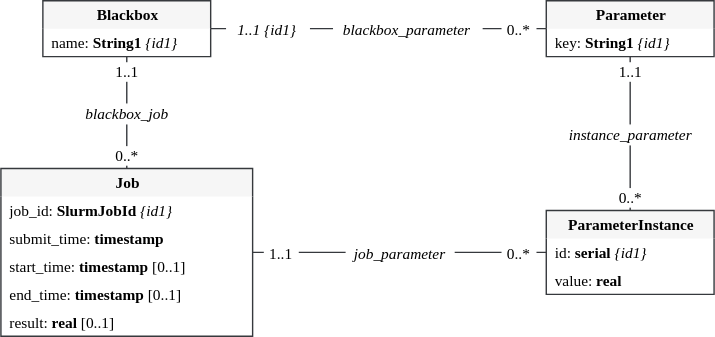
Above: docs/docs-openbox-jobs-restructuration.svg in CuriousCI/biological-evaluation (draw.io), before the change. Source tidied: cells renumbered, new cells last; positions are measured from the earlier drawing's top-left corner, leaving out a move shared by most shapes.
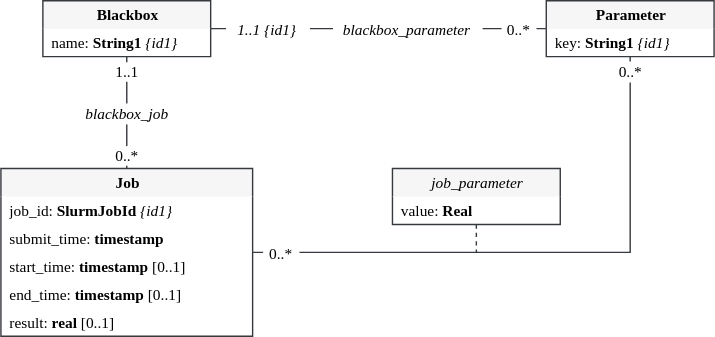
The same diagram one commit later.

Diff of the diagram source:
```diff
@@ -2,92 +2,84 @@
   <root>
     <mxCell id="0" />
     <mxCell id="1" parent="0" />
-    <mxCell id="2" style="endArrow=none;html=1;rounded=0;flowAnimation=0;shadow=0;anchorPointDirection=1;curved=0;fillOpacity=50;fillColor=#eeeeee;strokeColor=#36393d;fontFamily=lmmonolt10;entryX=0;entryY=0.5;entryDx=0;entryDy=0;fontSize=11;exitX=1;exitY=0;exitDx=0;exitDy=0;exitPerimeter=0;" parent="1" edge="1" source="28" target="18">
+    <mxCell id="2" style="endArrow=none;html=1;rounded=0;flowAnimation=0;shadow=0;anchorPointDirection=1;curved=0;fillOpacity=50;fillColor=#eeeeee;strokeColor=#36393d;fontFamily=lmmonolt10;entryX=0.5;entryY=0;entryDx=0;entryDy=0;fontSize=11;exitX=0.5;exitY=1;exitDx=0;exitDy=0;" parent="1" edge="1" source="12" target="14">
       <mxGeometry relative="1" as="geometry" />
     </mxCell>
     <mxCell id="3" value="1..1" style="text;align=center;verticalAlign=middle;strokeColor=none;fillColor=none;fontFamily=lmmonolt10;fontSize=11;spacing=0;fillOpacity=50;labelBackgroundColor=default;labelBorderColor=none;" parent="1" vertex="1">
-      <mxGeometry x="180" y="170" width="40" height="20" as="geometry" />
+      <mxGeometry x="40" y="40" width="40" height="20" as="geometry" />
     </mxCell>
     <mxCell id="4" value="0..*" style="text;align=center;verticalAlign=middle;strokeColor=none;fillColor=none;fontFamily=lmmonolt10;fontSize=11;spacing=0;fillOpacity=50;labelBackgroundColor=default;labelBorderColor=none;shadow=1;" parent="1" vertex="1">
-      <mxGeometry x="350" y="170" width="40" height="20" as="geometry" />
+      <mxGeometry x="40" y="100" width="40" height="20" as="geometry" />
     </mxCell>
-    <mxCell id="5" value="job_parameter" style="text;align=center;verticalAlign=middle;strokeColor=none;fillColor=none;fontFamily=lmmonolt10;fontSize=11;fontStyle=2;labelBackgroundColor=default;spacing=0;fillOpacity=50;strokeWidth=0;labelBorderColor=light-dark(#ffffff, #ededed);" parent="1" vertex="1">
-      <mxGeometry x="240" y="170" width="90" height="20" as="geometry" />
+    <mxCell id="5" value="blackbox_job" style="text;align=center;verticalAlign=middle;strokeColor=none;fillColor=none;fontFamily=lmmonolt10;fontSize=11;fontStyle=2;labelBackgroundColor=default;spacing=0;fillOpacity=50;strokeWidth=0;labelBorderColor=light-dark(#ffffff, #ededed);" parent="1" vertex="1">
+      <mxGeometry x="15" y="70" width="90" height="20" as="geometry" />
     </mxCell>
-    <mxCell id="6" style="endArrow=none;html=1;rounded=0;flowAnimation=0;shadow=0;anchorPointDirection=1;curved=0;fillOpacity=50;fillColor=#eeeeee;strokeColor=#36393d;fontFamily=lmmonolt10;entryX=0.5;entryY=0;entryDx=0;entryDy=0;fontSize=11;exitX=0.5;exitY=1;exitDx=0;exitDy=0;" parent="1" edge="1" source="23" target="25">
+    <mxCell id="6" style="endArrow=none;html=1;rounded=0;flowAnimation=0;shadow=0;anchorPointDirection=1;curved=0;fillOpacity=50;fillColor=#eeeeee;strokeColor=#36393d;fontFamily=lmmonolt10;entryX=0;entryY=0;entryDx=0;entryDy=0;fontSize=11;entryPerimeter=0;exitX=1;exitY=0.5;exitDx=0;exitDy=0;" parent="1" edge="1" source="12" target="11">
       <mxGeometry relative="1" as="geometry" />
     </mxCell>
-    <mxCell id="7" value="1..1" style="text;align=center;verticalAlign=middle;strokeColor=none;fillColor=none;fontFamily=lmmonolt10;fontSize=11;spacing=0;fillOpacity=50;labelBackgroundColor=default;labelBorderColor=none;" parent="1" vertex="1">
-      <mxGeometry x="70" y="40" width="40" height="20" as="geometry" />
+    <mxCell id="7" value="1..1 {id1}" style="text;align=center;verticalAlign=middle;strokeColor=none;fillColor=none;fontFamily=lmmonolt10;fontSize=11;spacing=0;fillOpacity=50;labelBackgroundColor=default;labelBorderColor=none;fontStyle=2;" parent="1" vertex="1">
+      <mxGeometry x="120" y="10" width="80" height="20" as="geometry" />
     </mxCell>
     <mxCell id="8" value="0..*" style="text;align=center;verticalAlign=middle;strokeColor=none;fillColor=none;fontFamily=lmmonolt10;fontSize=11;spacing=0;fillOpacity=50;labelBackgroundColor=default;labelBorderColor=none;shadow=1;" parent="1" vertex="1">
-      <mxGeometry x="70" y="100" width="40" height="20" as="geometry" />
+      <mxGeometry x="320" y="10" width="40" height="20" as="geometry" />
     </mxCell>
-    <mxCell id="9" value="blackbox_job" style="text;align=center;verticalAlign=middle;strokeColor=none;fillColor=none;fontFamily=lmmonolt10;fontSize=11;fontStyle=2;labelBackgroundColor=default;spacing=0;fillOpacity=50;strokeWidth=0;labelBorderColor=light-dark(#ffffff, #ededed);" parent="1" vertex="1">
-      <mxGeometry x="45" y="70" width="90" height="20" as="geometry" />
+    <mxCell id="9" value="blackbox_parameter" style="text;align=center;verticalAlign=middle;strokeColor=none;fillColor=none;fontFamily=lmmonolt10;fontSize=11;fontStyle=2;labelBackgroundColor=default;spacing=0;fillOpacity=50;strokeWidth=0;labelBorderColor=light-dark(#ffffff, #ededed);" parent="1" vertex="1">
+      <mxGeometry x="200" y="10" width="120" height="20" as="geometry" />
     </mxCell>
-    <mxCell id="10" style="endArrow=none;html=1;rounded=0;flowAnimation=0;shadow=0;anchorPointDirection=1;curved=0;fillOpacity=50;fillColor=#eeeeee;strokeColor=#36393d;fontFamily=lmmonolt10;entryX=0;entryY=0;entryDx=0;entryDy=0;fontSize=11;entryPerimeter=0;exitX=1;exitY=0.5;exitDx=0;exitDy=0;" parent="1" edge="1" source="23" target="22">
-      <mxGeometry relative="1" as="geometry" />
+    <mxCell id="10" value="Parameter" style="swimlane;fontStyle=1;align=center;verticalAlign=middle;horizontal=1;startSize=20;rounded=0;shadow=0;strokeWidth=1;fontFamily=lmmonolt10;fontSize=11;swimlaneLine=0;fillColor=#eeeeee;glass=0;html=1;noLabel=0;fixDash=0;fillOpacity=50;strokeColor=#36393d;" parent="1" vertex="1">
+      <mxGeometry x="360" width="120" height="40" as="geometry" />
     </mxCell>
-    <mxCell id="11" value="1..1 {id1}" style="text;align=center;verticalAlign=middle;points=[];strokeColor=none;fillColor=none;fontFamily=lmmonolt10;fontSize=11;spacing=0;fillOpacity=50;labelBackgroundColor=default;labelBorderColor=none;fontStyle=2;" parent="1" vertex="1">
-      <mxGeometry x="150" y="10" width="80" height="20" as="geometry" />
+    <mxCell id="11" value="key: &lt;b&gt;String1&amp;nbsp;&lt;/b&gt;&lt;i&gt;{id1}&lt;/i&gt;" style="text;align=left;verticalAlign=middle;spacingLeft=4;spacingRight=4;overflow=hidden;points=[[0,0.5],[1,0.5]];portConstraint=eastwest;fontFamily=lmmonolt10;fontStyle=0;fontSize=11;html=1;glass=0;fillOpacity=50;" parent="10" vertex="1">
+      <mxGeometry y="20" width="120" height="20" as="geometry" />
     </mxCell>
-    <mxCell id="12" value="0..*" style="text;align=center;verticalAlign=middle;points=[];strokeColor=none;fillColor=none;fontFamily=lmmonolt10;fontSize=11;spacing=0;fillOpacity=50;labelBackgroundColor=default;labelBorderColor=none;shadow=1;" parent="1" vertex="1">
-      <mxGeometry x="350" y="10" width="40" height="20" as="geometry" />
+    <mxCell id="12" value="Blackbox" style="swimlane;fontStyle=1;align=center;verticalAlign=middle;horizontal=1;startSize=20;rounded=0;shadow=0;strokeWidth=1;fontFamily=lmmonolt10;fontSize=11;swimlaneLine=0;fillColor=#eeeeee;glass=0;html=1;noLabel=0;snapToPoint=0;fixDash=0;fillOpacity=50;strokeColor=#36393d;" parent="1" vertex="1">
+      <mxGeometry width="120" height="40" as="geometry" />
     </mxCell>
-    <mxCell id="13" value="blackbox_parameter" style="text;align=center;verticalAlign=middle;strokeColor=none;fillColor=none;fontFamily=lmmonolt10;fontSize=11;fontStyle=2;labelBackgroundColor=default;spacing=0;fillOpacity=50;strokeWidth=0;labelBorderColor=light-dark(#ffffff, #ededed);" parent="1" vertex="1">
-      <mxGeometry x="230" y="10" width="120" height="20" as="geometry" />
+    <mxCell id="13" value="name: &lt;b&gt;String1&amp;nbsp;&lt;/b&gt;&lt;i&gt;{id1}&lt;/i&gt;" style="text;align=left;verticalAlign=middle;spacingLeft=4;spacingRight=4;overflow=hidden;fontFamily=lmmonolt10;fontStyle=0;fontSize=11;html=1;glass=0;fillOpacity=50;" parent="12" vertex="1">
+      <mxGeometry y="20" width="120" height="20" as="geometry" />
     </mxCell>
-    <mxCell id="14" style="endArrow=none;html=1;rounded=0;flowAnimation=0;shadow=0;anchorPointDirection=1;curved=0;fillOpacity=50;fillColor=#eeeeee;strokeColor=#36393d;fontFamily=lmmonolt10;entryX=0.5;entryY=0;entryDx=0;entryDy=0;fontSize=11;exitX=0.5;exitY=1;exitDx=0;exitDy=0;exitPerimeter=0;" parent="1" edge="1" source="22" target="18">
-      <mxGeometry relative="1" as="geometry" />
+    <mxCell id="14" value="Job" style="swimlane;fontStyle=1;align=center;verticalAlign=middle;horizontal=1;startSize=20;rounded=0;shadow=0;strokeWidth=1;fontFamily=lmmonolt10;fontSize=11;swimlaneLine=0;fillColor=#eeeeee;glass=0;html=1;noLabel=0;snapToPoint=0;fixDash=0;fillOpacity=50;strokeColor=#36393d;" parent="1" vertex="1">
+      <mxGeometry x="-30" y="120" width="180" height="120" as="geometry" />
     </mxCell>
-    <mxCell id="15" value="1..1" style="text;align=center;verticalAlign=middle;strokeColor=none;fillColor=none;fontFamily=lmmonolt10;fontSize=11;spacing=0;fillOpacity=50;labelBackgroundColor=default;labelBorderColor=none;" parent="1" vertex="1">
-      <mxGeometry x="430" y="40" width="40" height="20" as="geometry" />
+    <mxCell id="15" value="job_id: &lt;b&gt;SlurmJobId&amp;nbsp;&lt;/b&gt;&lt;i&gt;{id1}&lt;/i&gt;" style="text;align=left;verticalAlign=middle;spacingLeft=4;spacingRight=4;overflow=hidden;fontFamily=lmmonolt10;fontStyle=0;fontSize=11;html=1;glass=0;fillOpacity=50;" parent="14" vertex="1">
+      <mxGeometry y="20" width="180" height="20" as="geometry" />
     </mxCell>
-    <mxCell id="16" value="0..*" style="text;align=center;verticalAlign=middle;strokeColor=none;fillColor=none;fontFamily=lmmonolt10;fontSize=11;spacing=0;fillOpacity=50;labelBackgroundColor=default;labelBorderColor=none;shadow=1;" parent="1" vertex="1">
-      <mxGeometry x="430" y="130" width="40" height="20" as="geometry" />
+    <mxCell id="16" value="submit_time: &lt;b&gt;timestamp&lt;/b&gt;" style="text;align=left;verticalAlign=middle;spacingLeft=4;spacingRight=4;overflow=hidden;fontFamily=lmmonolt10;fontStyle=0;fontSize=11;html=1;glass=0;fillOpacity=50;" parent="14" vertex="1">
+      <mxGeometry y="40" width="180" height="20" as="geometry" />
     </mxCell>
-    <mxCell id="17" value="instance_parameter" style="text;align=center;verticalAlign=middle;strokeColor=none;fillColor=none;fontFamily=lmmonolt10;fontSize=11;fontStyle=2;labelBackgroundColor=default;spacing=0;fillOpacity=50;strokeWidth=0;labelBorderColor=light-dark(#ffffff, #ededed);" parent="1" vertex="1">
-      <mxGeometry x="390" y="85" width="120" height="20" as="geometry" />
+    <mxCell id="17" value="start_time: &lt;b&gt;timestamp&amp;nbsp;&lt;/b&gt;[0..1]" style="text;align=left;verticalAlign=middle;spacingLeft=4;spacingRight=4;overflow=hidden;fontFamily=lmmonolt10;fontStyle=0;fontSize=11;html=1;glass=0;fillOpacity=50;" parent="14" vertex="1">
+      <mxGeometry y="60" width="180" height="20" as="geometry" />
     </mxCell>
-    <mxCell id="18" value="ParameterInstance" style="swimlane;fontStyle=1;align=center;verticalAlign=middle;horizontal=1;startSize=20;rounded=0;shadow=0;strokeWidth=1;fontFamily=lmmonolt10;fontSize=11;swimlaneLine=0;fillColor=#eeeeee;glass=0;html=1;noLabel=0;snapToPoint=0;fixDash=0;fillOpacity=50;strokeColor=#36393d;" parent="1" vertex="1">
-      <mxGeometry x="390" y="150" width="120" height="60" as="geometry" />
+    <mxCell id="18" value="end_time: &lt;b&gt;timestamp&amp;nbsp;&lt;/b&gt;[0..1]" style="text;align=left;verticalAlign=middle;spacingLeft=4;spacingRight=4;overflow=hidden;points=[[0,0.5],[1,0.5]];portConstraint=eastwest;fontFamily=lmmonolt10;fontStyle=0;fontSize=11;html=1;glass=0;fillOpacity=50;" parent="14" vertex="1">
+      <mxGeometry y="80" width="180" height="20" as="geometry" />
     </mxCell>
-    <mxCell id="19" value="id: &lt;b&gt;serial&amp;nbsp;&lt;/b&gt;&lt;i&gt;{id1}&lt;/i&gt;" style="text;align=left;verticalAlign=middle;spacingLeft=4;spacingRight=4;overflow=hidden;fontFamily=lmmonolt10;fontStyle=0;fontSize=11;html=1;glass=0;fillOpacity=50;" parent="18" vertex="1">
-      <mxGeometry y="20" width="120" height="20" as="geometry" />
+    <mxCell id="19" value="result: &lt;b&gt;real &lt;/b&gt;[0..1]" style="text;align=left;verticalAlign=middle;spacingLeft=4;spacingRight=4;overflow=hidden;fontFamily=lmmonolt10;fontStyle=0;fontSize=11;html=1;glass=0;fillOpacity=50;" parent="14" vertex="1">
+      <mxGeometry y="100" width="180" height="20" as="geometry" />
     </mxCell>
-    <mxCell id="20" value="value: &lt;b&gt;real&lt;/b&gt;" style="text;align=left;verticalAlign=middle;spacingLeft=4;spacingRight=4;overflow=hidden;fontFamily=lmmonolt10;fontStyle=0;fontSize=11;html=1;glass=0;fillOpacity=50;" parent="18" vertex="1">
-      <mxGeometry y="40" width="120" height="20" as="geometry" />
+    <mxCell id="20" value="job_parameter" style="swimlane;fontStyle=2;align=center;verticalAlign=middle;horizontal=1;startSize=20;rounded=0;shadow=0;strokeWidth=1;fontFamily=lmmonolt10;fontSize=11;swimlaneLine=0;fillColor=#eeeeee;glass=0;html=1;noLabel=0;fixDash=0;fillOpacity=50;strokeColor=#36393d;" parent="1" vertex="1">
+      <mxGeometry x="250" y="120" width="120" height="40" as="geometry" />
     </mxCell>
-    <mxCell id="21" value="Parameter" style="swimlane;fontStyle=1;align=center;verticalAlign=middle;horizontal=1;startSize=20;rounded=0;shadow=0;strokeWidth=1;fontFamily=lmmonolt10;fontSize=11;swimlaneLine=0;fillColor=#eeeeee;glass=0;html=1;noLabel=0;snapToPoint=0;fixDash=0;fillOpacity=50;strokeColor=#36393d;" parent="1" vertex="1">
-      <mxGeometry x="390" width="120" height="40" as="geometry" />
+    <mxCell id="21" value="value: &lt;b&gt;Real&lt;/b&gt;" style="text;align=left;verticalAlign=middle;spacingLeft=4;spacingRight=4;overflow=hidden;points=[[0,0.5],[1,0.5]];portConstraint=eastwest;fontFamily=lmmonolt10;fontStyle=0;fontSize=11;html=1;glass=0;fillOpacity=50;" parent="20" vertex="1">
+      <mxGeometry y="20" width="120" height="20" as="geometry" />
     </mxCell>
-    <mxCell id="22" value="key: &lt;b&gt;String1&amp;nbsp;&lt;/b&gt;&lt;i&gt;{id1}&lt;/i&gt;" style="text;align=left;verticalAlign=middle;spacingLeft=4;spacingRight=4;overflow=hidden;points=[[0,0.5],[1,0.5]];portConstraint=eastwest;fontFamily=lmmonolt10;fontStyle=0;fontSize=11;html=1;glass=0;fillOpacity=50;" parent="21" vertex="1">
-      <mxGeometry y="20" width="120" height="20" as="geometry" />
+    <mxCell id="22" style="endArrow=none;html=1;rounded=0;flowAnimation=0;shadow=0;anchorPointDirection=1;curved=0;fillOpacity=50;fillColor=#eeeeee;strokeColor=#36393d;fontFamily=lmmonolt10;fontSize=11;exitX=1;exitY=0.5;exitDx=0;exitDy=0;entryX=0.5;entryY=1;entryDx=0;entryDy=0;entryPerimeter=0;" parent="1" edge="1" target="11">
+      <mxGeometry relative="1" as="geometry">
+        <mxPoint x="150" y="180" as="sourcePoint" />
+        <Array as="points">
+          <mxPoint x="420" y="180" />
+        </Array>
+      </mxGeometry>
     </mxCell>
-    <mxCell id="23" value="Blackbox" style="swimlane;fontStyle=1;align=center;verticalAlign=middle;horizontal=1;startSize=20;rounded=0;shadow=0;strokeWidth=1;fontFamily=lmmonolt10;fontSize=11;swimlaneLine=0;fillColor=#eeeeee;glass=0;html=1;noLabel=0;snapToPoint=0;fixDash=0;fillOpacity=50;strokeColor=#36393d;" parent="1" vertex="1">
-      <mxGeometry x="30" width="120" height="40" as="geometry" />
+    <mxCell id="23" value="0..*" style="text;align=center;verticalAlign=middle;points=[];strokeColor=none;fillColor=none;fontFamily=lmmonolt10;fontSize=11;spacing=0;fillOpacity=50;labelBackgroundColor=default;labelBorderColor=#FFFFFF;textShadow=0;convertToSvg=1;horizontal=1;" parent="1" vertex="1">
+      <mxGeometry x="400" y="40" width="40" height="20" as="geometry" />
     </mxCell>
-    <mxCell id="24" value="name: &lt;b&gt;String1&amp;nbsp;&lt;/b&gt;&lt;i&gt;{id1}&lt;/i&gt;" style="text;align=left;verticalAlign=middle;spacingLeft=4;spacingRight=4;overflow=hidden;fontFamily=lmmonolt10;fontStyle=0;fontSize=11;html=1;glass=0;fillOpacity=50;" parent="23" vertex="1">
-      <mxGeometry y="20" width="120" height="20" as="geometry" />
+    <mxCell id="24" value="0..*" style="text;align=center;verticalAlign=middle;strokeColor=none;fillColor=none;fontFamily=lmmonolt10;fontSize=11;spacing=0;fillOpacity=50;labelBackgroundColor=default;labelBorderColor=#FFFFFF;textShadow=0;convertToSvg=1;horizontal=1;" parent="1" vertex="1">
+      <mxGeometry x="150" y="170" width="40" height="20" as="geometry" />
     </mxCell>
-    <mxCell id="25" value="Job" style="swimlane;fontStyle=1;align=center;verticalAlign=middle;horizontal=1;startSize=20;rounded=0;shadow=0;strokeWidth=1;fontFamily=lmmonolt10;fontSize=11;swimlaneLine=0;fillColor=#eeeeee;glass=0;html=1;noLabel=0;snapToPoint=0;fixDash=0;fillOpacity=50;strokeColor=#36393d;" parent="1" vertex="1">
-      <mxGeometry y="120" width="180" height="120" as="geometry" />
+    <mxCell id="25" style="endArrow=none;dashed=1;html=1;rounded=0;fillOpacity=50;fillColor=#eeeeee;strokeColor=#36393d;fontFamily=lmmonolt10;strokeWidth=1;fontSize=11;exitX=0.5;exitY=1;exitDx=0;exitDy=0;exitPerimeter=0;" parent="1" edge="1" source="21">
+      <mxGeometry relative="1" as="geometry">
+        <mxPoint x="310" y="180" as="targetPoint" />
+      </mxGeometry>
     </mxCell>
-    <mxCell id="26" value="job_id: &lt;b&gt;SlurmJobId&amp;nbsp;&lt;/b&gt;&lt;i&gt;{id1}&lt;/i&gt;" style="text;align=left;verticalAlign=middle;spacingLeft=4;spacingRight=4;overflow=hidden;fontFamily=lmmonolt10;fontStyle=0;fontSize=11;html=1;glass=0;fillOpacity=50;" parent="25" vertex="1">
-      <mxGeometry y="20" width="180" height="20" as="geometry" />
-    </mxCell>
-    <mxCell id="27" value="submit_time: &lt;b&gt;timestamp&lt;/b&gt;" style="text;align=left;verticalAlign=middle;spacingLeft=4;spacingRight=4;overflow=hidden;fontFamily=lmmonolt10;fontStyle=0;fontSize=11;html=1;glass=0;fillOpacity=50;" parent="25" vertex="1">
-      <mxGeometry y="40" width="180" height="20" as="geometry" />
-    </mxCell>
-    <mxCell id="28" value="start_time: &lt;b&gt;timestamp&amp;nbsp;&lt;/b&gt;[0..1]" style="text;align=left;verticalAlign=middle;spacingLeft=4;spacingRight=4;overflow=hidden;points=[[0,0.5],[1,0.5]];portConstraint=eastwest;fontFamily=lmmonolt10;fontStyle=0;fontSize=11;html=1;glass=0;fillOpacity=50;" parent="25" vertex="1">
-      <mxGeometry y="60" width="180" height="20" as="geometry" />
-    </mxCell>
-    <mxCell id="29" value="end_time: &lt;b&gt;timestamp&amp;nbsp;&lt;/b&gt;[0..1]" style="text;align=left;verticalAlign=middle;spacingLeft=4;spacingRight=4;overflow=hidden;fontFamily=lmmonolt10;fontStyle=0;fontSize=11;html=1;glass=0;fillOpacity=50;" parent="25" vertex="1">
-      <mxGeometry y="80" width="180" height="20" as="geometry" />
-    </mxCell>
-    <mxCell id="30" value="result: &lt;b&gt;real &lt;/b&gt;[0..1]" style="text;align=left;verticalAlign=middle;spacingLeft=4;spacingRight=4;overflow=hidden;fontFamily=lmmonolt10;fontStyle=0;fontSize=11;html=1;glass=0;fillOpacity=50;" parent="25" vertex="1">
-      <mxGeometry y="100" width="180" height="20" as="geometry" />
-    </mxCell>
   </root>
 </mxGraphModel>
```
